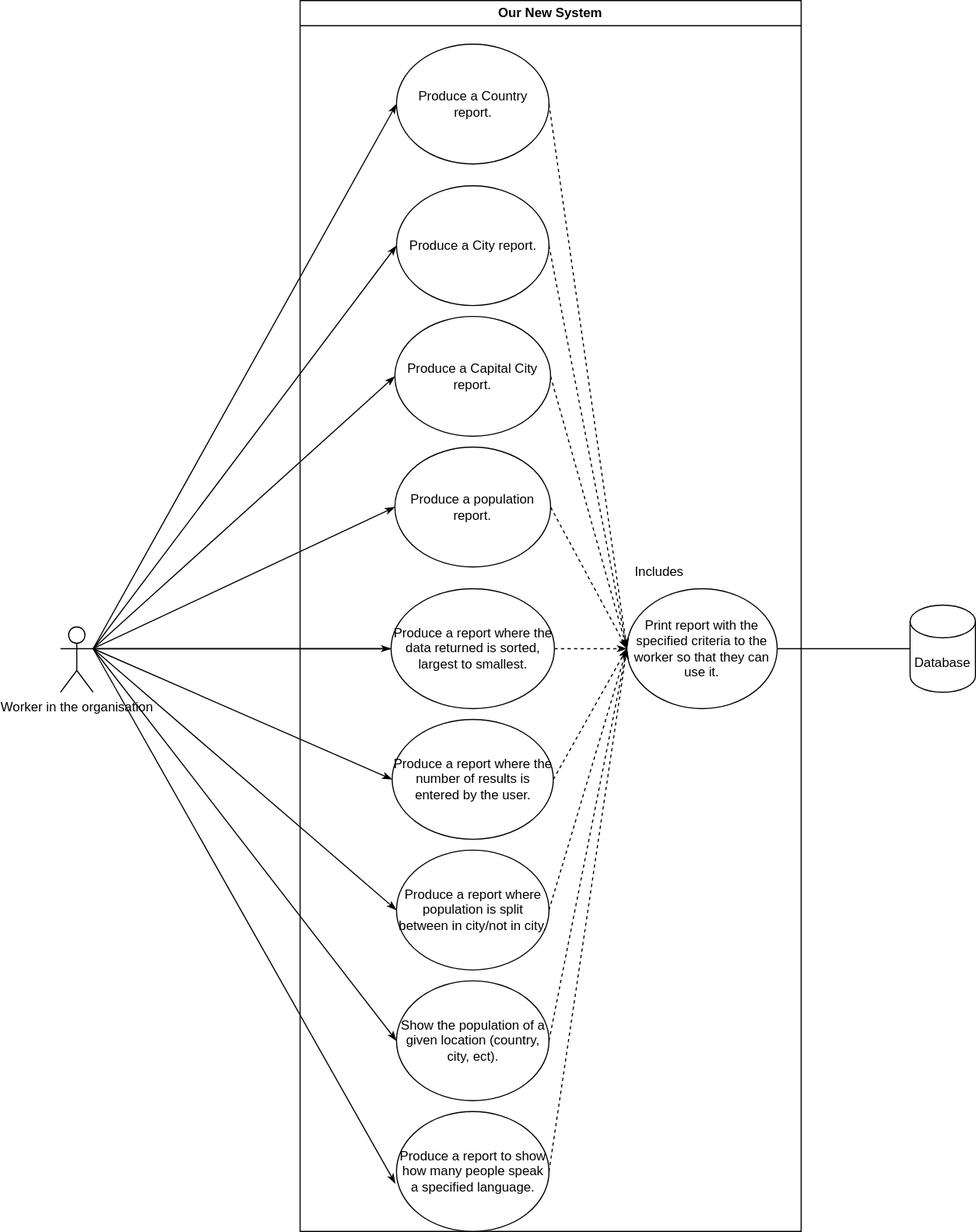
Before: Group-Project-Y2-Use-Case-Diagram.svg, a diagram exported from draw.io (Jxcka15/Group-Project-Y2). Source tidied: cells renumbered, new cells last; positions are measured from the earlier drawing's top-left corner, leaving out a move shared by most shapes.
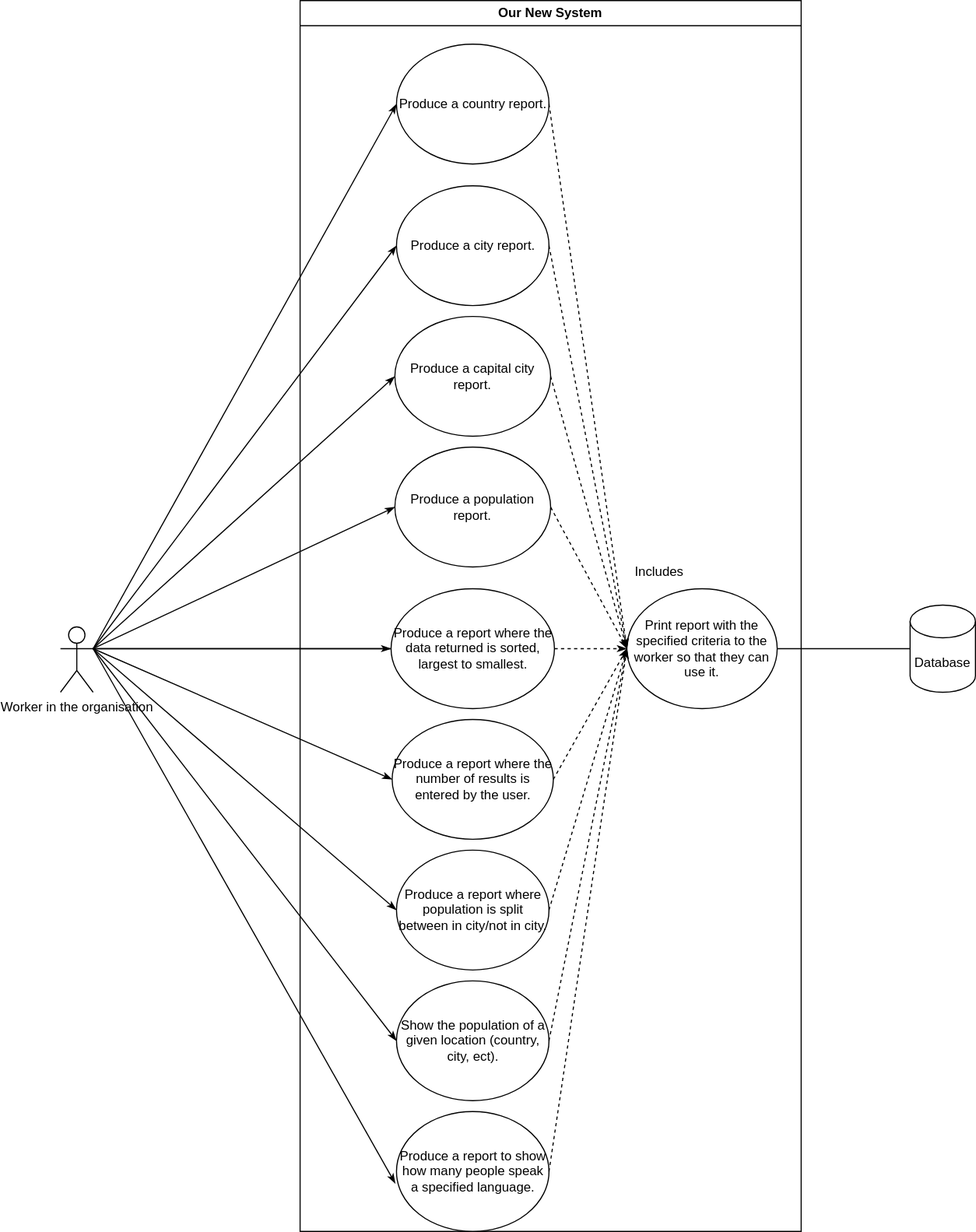
The same file after the commit.

What changed in the source:
```diff
@@ -8,10 +8,10 @@
     <mxCell id="3" value="Our New System" style="swimlane;whiteSpace=wrap;html=1;" parent="1" vertex="1">
       <mxGeometry x="220" width="460" height="1130" as="geometry" />
     </mxCell>
-    <mxCell id="4" value="Produce a Country report." style="ellipse;whiteSpace=wrap;html=1;" parent="3" vertex="1">
+    <mxCell id="4" value="Produce a country report." style="ellipse;whiteSpace=wrap;html=1;" parent="3" vertex="1">
       <mxGeometry x="88.5" y="40" width="140" height="110" as="geometry" />
     </mxCell>
-    <mxCell id="5" value="Produce a City report." style="ellipse;whiteSpace=wrap;html=1;" parent="3" vertex="1">
+    <mxCell id="5" value="Produce a city report." style="ellipse;whiteSpace=wrap;html=1;" parent="3" vertex="1">
       <mxGeometry x="88.5" y="170" width="140" height="110" as="geometry" />
     </mxCell>
     <mxCell id="6" value="Produce a population report." style="ellipse;whiteSpace=wrap;html=1;" parent="3" vertex="1">
@@ -20,7 +20,7 @@
     <mxCell id="7" value="Produce a report where population is split between in city/not in city." style="ellipse;whiteSpace=wrap;html=1;" parent="3" vertex="1">
       <mxGeometry x="88.5" y="780" width="140" height="110" as="geometry" />
     </mxCell>
-    <mxCell id="8" value="Produce a Capital City report." style="ellipse;whiteSpace=wrap;html=1;" parent="3" vertex="1">
+    <mxCell id="8" value="Produce a capital city report." style="ellipse;whiteSpace=wrap;html=1;" parent="3" vertex="1">
       <mxGeometry x="87" y="290" width="143" height="110" as="geometry" />
     </mxCell>
     <mxCell id="9" value="Produce a report where the number of results is entered by the user." style="ellipse;whiteSpace=wrap;html=1;" parent="3" vertex="1">
```
